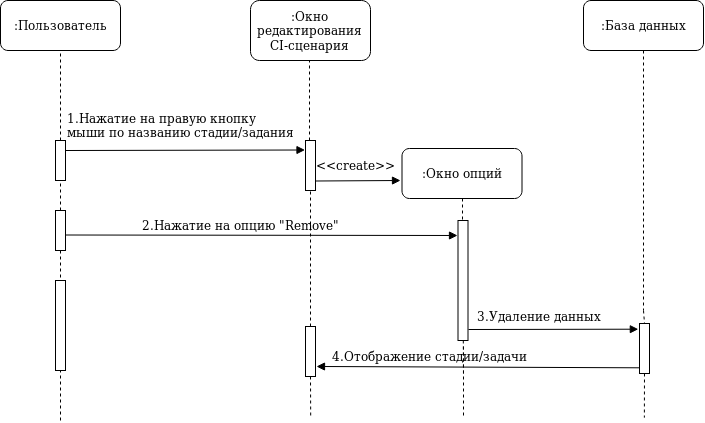
This is Diagrams/Sequence/Remove_stage_task.png from Andrew304/Visual-CI-Manager, a draw.io export, as it was before one commit. Source tidied: cells renumbered, new cells last; positions are measured from the earlier drawing's top-left corner, leaving out a move shared by most shapes. Source of this version:
```xml
<mxGraphModel>
  <root>
    <mxCell id="0" />
    <mxCell id="1" parent="0" />
    <mxCell id="2" value=":Пользователь" style="rounded=1;whiteSpace=wrap;html=1;" parent="1" vertex="1">
      <mxGeometry width="120" height="50" as="geometry" />
    </mxCell>
    <mxCell id="3" style="endArrow=none;dashed=1;html=1;entryX=0.5;entryY=1;entryDx=0;entryDy=0;exitX=0.5;exitY=0;exitDx=0;exitDy=0;" parent="1" edge="1" target="2">
      <mxGeometry relative="1" as="geometry">
        <mxPoint x="60" y="140" as="sourcePoint" />
      </mxGeometry>
    </mxCell>
    <mxCell id="4" value=":Окно редактирования CI-сценария" style="rounded=1;whiteSpace=wrap;html=1;" parent="1" vertex="1">
      <mxGeometry x="250" width="120" height="60" as="geometry" />
    </mxCell>
    <mxCell id="5" value=":База данных" style="rounded=1;whiteSpace=wrap;html=1;" parent="1" vertex="1">
      <mxGeometry x="583" width="120" height="50" as="geometry" />
    </mxCell>
    <mxCell id="6" style="rounded=0;whiteSpace=wrap;html=1;" parent="1" vertex="1">
      <mxGeometry x="305" y="140" width="10" height="50" as="geometry" />
    </mxCell>
    <mxCell id="7" style="endArrow=none;dashed=1;html=1;entryX=0.5;entryY=1;entryDx=0;entryDy=0;" parent="1" edge="1">
      <mxGeometry relative="1" as="geometry">
        <mxPoint x="309" y="140" as="sourcePoint" />
        <mxPoint x="309" y="60" as="targetPoint" />
      </mxGeometry>
    </mxCell>
    <mxCell id="8" style="endArrow=none;dashed=1;html=1;entryX=0.5;entryY=1;entryDx=0;entryDy=0;" parent="1" edge="1" source="34" target="22">
      <mxGeometry relative="1" as="geometry" />
    </mxCell>
    <mxCell id="9" style="rounded=0;whiteSpace=wrap;html=1;" parent="1" vertex="1">
      <mxGeometry x="55" y="140" width="10" height="40" as="geometry" />
    </mxCell>
    <mxCell id="10" style="endArrow=none;dashed=1;html=1;exitX=0.5;exitY=0;exitDx=0;exitDy=0;" parent="1" edge="1" source="9">
      <mxGeometry relative="1" as="geometry">
        <mxPoint x="60" y="140" as="targetPoint" />
      </mxGeometry>
    </mxCell>
    <mxCell id="11" style="endArrow=none;dashed=1;html=1;exitX=0.5;exitY=1;exitDx=0;exitDy=0;entryX=0.499;entryY=1.001;entryDx=0;entryDy=0;entryPerimeter=0;" parent="1" edge="1" source="15">
      <mxGeometry relative="1" as="geometry">
        <mxPoint x="310.2" y="416.2" as="targetPoint" />
      </mxGeometry>
    </mxCell>
    <mxCell id="12" style="endArrow=block;html=1;endFill=1;entryX=0.25;entryY=0;entryDx=0;entryDy=0;" parent="1" edge="1">
      <mxGeometry relative="1" as="geometry">
        <mxPoint x="65" y="150" as="sourcePoint" />
        <mxPoint x="304.5" y="149.5" as="targetPoint" />
      </mxGeometry>
    </mxCell>
    <mxCell id="13" value="&lt;div&gt;1.Нажатие на правую кнопку&lt;/div&gt;&lt;div&gt; мыши по названию стадии/задания &lt;br&gt;&lt;/div&gt;&lt;div&gt;&lt;br&gt;&lt;/div&gt;" style="text;html=1;align=left;verticalAlign=top;spacingTop=-4;" parent="1" vertex="1">
      <mxGeometry x="65" y="108" width="250" height="40" as="geometry" />
    </mxCell>
    <mxCell id="14" style="endArrow=none;dashed=1;html=1;exitX=0.5;exitY=1;exitDx=0;exitDy=0;" parent="1" edge="1" source="5">
      <mxGeometry relative="1" as="geometry">
        <mxPoint x="643" y="310" as="targetPoint" />
      </mxGeometry>
    </mxCell>
    <mxCell id="15" style="rounded=0;whiteSpace=wrap;html=1;" parent="1" vertex="1">
      <mxGeometry x="305" y="326" width="10" height="50" as="geometry" />
    </mxCell>
    <mxCell id="16" style="endArrow=none;dashed=1;html=1;exitX=0.5;exitY=1;exitDx=0;exitDy=0;entryX=0.5;entryY=0;entryDx=0;entryDy=0;" parent="1" edge="1" target="26">
      <mxGeometry relative="1" as="geometry">
        <mxPoint x="643" y="310" as="sourcePoint" />
      </mxGeometry>
    </mxCell>
    <mxCell id="17" style="endArrow=block;html=1;endFill=1;" parent="1" edge="1">
      <mxGeometry relative="1" as="geometry">
        <mxPoint x="315" y="180.5" as="sourcePoint" />
        <mxPoint x="400" y="180" as="targetPoint" />
      </mxGeometry>
    </mxCell>
    <mxCell id="18" value=":Окно опций " style="rounded=1;whiteSpace=wrap;html=1;" parent="1" vertex="1">
      <mxGeometry x="401.5" y="148" width="120" height="50" as="geometry" />
    </mxCell>
    <mxCell id="19" style="endArrow=none;dashed=1;html=1;" parent="1" edge="1" source="38">
      <mxGeometry relative="1" as="geometry">
        <mxPoint x="463" y="376" as="targetPoint" />
      </mxGeometry>
    </mxCell>
    <mxCell id="20" style="endArrow=none;dashed=1;html=1;entryX=0.5;entryY=0;entryDx=0;entryDy=0;" parent="1" edge="1">
      <mxGeometry relative="1" as="geometry">
        <mxPoint x="462" y="198" as="sourcePoint" />
        <mxPoint x="462" y="220" as="targetPoint" />
      </mxGeometry>
    </mxCell>
    <mxCell id="21" value="&amp;lt;&amp;lt;create&amp;gt;&amp;gt;" style="text;html=1;align=left;verticalAlign=top;spacingTop=-4;" parent="1" vertex="1">
      <mxGeometry x="314" y="155" width="100" height="20" as="geometry" />
    </mxCell>
    <mxCell id="22" style="rounded=0;whiteSpace=wrap;html=1;" parent="1" vertex="1">
      <mxGeometry x="55" y="210" width="10" height="40" as="geometry" />
    </mxCell>
    <mxCell id="23" style="endArrow=block;html=1;endFill=1;entryX=0;entryY=0.5;entryDx=0;entryDy=0;" parent="1" edge="1">
      <mxGeometry relative="1" as="geometry">
        <mxPoint x="65.5" y="234.5" as="sourcePoint" />
        <mxPoint x="457" y="235" as="targetPoint" />
      </mxGeometry>
    </mxCell>
    <mxCell id="24" value="2.Нажатие на опцию &quot;Remove&quot;" style="text;html=1;points=[];align=left;verticalAlign=top;spacingTop=-4;" parent="1" vertex="1">
      <mxGeometry x="140" y="215" width="220" height="20" as="geometry" />
    </mxCell>
    <mxCell id="25" style="endArrow=none;dashed=1;html=1;entryX=0.5;entryY=1;entryDx=0;entryDy=0;exitX=0.5;exitY=0;exitDx=0;exitDy=0;" parent="1" edge="1" source="15">
      <mxGeometry relative="1" as="geometry">
        <mxPoint x="310" y="191" as="targetPoint" />
      </mxGeometry>
    </mxCell>
    <mxCell id="26" style="rounded=0;whiteSpace=wrap;html=1;" parent="1" vertex="1">
      <mxGeometry x="639" y="323" width="10" height="50" as="geometry" />
    </mxCell>
    <mxCell id="27" style="endArrow=none;dashed=1;html=1;exitX=0.5;exitY=1;exitDx=0;exitDy=0;entryX=0.939;entryY=1.005;entryDx=0;entryDy=0;entryPerimeter=0;" parent="1" edge="1" source="26">
      <mxGeometry relative="1" as="geometry">
        <mxPoint x="643.9" y="417.2" as="targetPoint" />
      </mxGeometry>
    </mxCell>
    <mxCell id="28" style="endArrow=block;html=1;endFill=1;entryX=0.033;entryY=0.114;entryDx=0;entryDy=0;entryPerimeter=0;" parent="1" edge="1">
      <mxGeometry relative="1" as="geometry">
        <mxPoint x="468" y="329" as="sourcePoint" />
        <mxPoint x="637.8" y="328.7" as="targetPoint" />
      </mxGeometry>
    </mxCell>
    <mxCell id="29" value="&lt;div&gt;3.Удаление данных&lt;/div&gt;" style="text;html=1;align=left;verticalAlign=top;spacingTop=-4;" parent="1" vertex="1">
      <mxGeometry x="474.5" y="306" width="140" height="20" as="geometry" />
    </mxCell>
    <mxCell id="30" style="endArrow=block;html=1;endFill=1;exitX=0.019;exitY=0.886;exitDx=0;exitDy=0;exitPerimeter=0;" parent="1" edge="1" source="26">
      <mxGeometry relative="1" as="geometry">
        <mxPoint x="316" y="366" as="targetPoint" />
      </mxGeometry>
    </mxCell>
    <mxCell id="31" value="4.Отображение стадии/задачи" style="text;html=1;align=left;verticalAlign=top;spacingTop=-4;" parent="1" vertex="1">
      <mxGeometry x="330" y="346" width="220" height="20" as="geometry" />
    </mxCell>
    <mxCell id="32" style="endArrow=none;dashed=1;html=1;" parent="1" edge="1">
      <mxGeometry relative="1" as="geometry">
        <mxPoint x="463" y="346" as="sourcePoint" />
        <mxPoint x="463" y="416" as="targetPoint" />
      </mxGeometry>
    </mxCell>
    <mxCell id="33" style="endArrow=none;dashed=1;html=1;entryX=0.5;entryY=1;entryDx=0;entryDy=0;" parent="1" edge="1">
      <mxGeometry relative="1" as="geometry">
        <mxPoint x="60" y="210" as="sourcePoint" />
        <mxPoint x="60" y="180" as="targetPoint" />
      </mxGeometry>
    </mxCell>
    <mxCell id="34" style="rounded=0;whiteSpace=wrap;html=1;" parent="1" vertex="1">
      <mxGeometry x="55" y="289" width="10" height="40" as="geometry" />
    </mxCell>
    <mxCell id="35" style="endArrow=none;dashed=1;html=1;entryX=0.5;entryY=1;entryDx=0;entryDy=0;" parent="1" edge="1" source="36" target="34">
      <mxGeometry relative="1" as="geometry" />
    </mxCell>
    <mxCell id="36" style="rounded=0;whiteSpace=wrap;html=1;" parent="1" vertex="1">
      <mxGeometry x="55" y="280" width="10" height="90" as="geometry" />
    </mxCell>
    <mxCell id="37" style="endArrow=none;dashed=1;html=1;entryX=0.5;entryY=1;entryDx=0;entryDy=0;" parent="1" edge="1" target="36">
      <mxGeometry relative="1" as="geometry">
        <mxPoint x="60" y="420" as="sourcePoint" />
      </mxGeometry>
    </mxCell>
    <mxCell id="38" style="rounded=0;whiteSpace=wrap;html=1;" parent="1" vertex="1">
      <mxGeometry x="457.5" y="220" width="10" height="120" as="geometry" />
    </mxCell>
  </root>
</mxGraphModel>
```
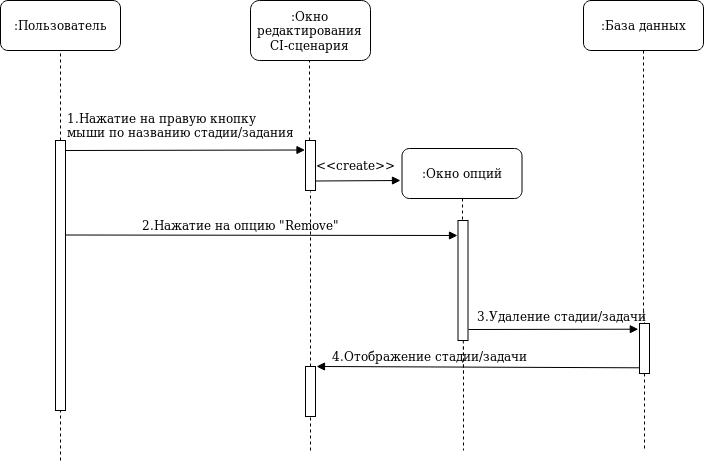
Above is the later version.

Diff of the diagram source:
```diff
@@ -25,137 +25,123 @@
         <mxPoint x="309" y="60" as="targetPoint" />
       </mxGeometry>
     </mxCell>
-    <mxCell id="8" style="endArrow=none;dashed=1;html=1;entryX=0.5;entryY=1;entryDx=0;entryDy=0;" parent="1" edge="1" source="34" target="22">
-      <mxGeometry relative="1" as="geometry" />
+    <mxCell id="8" style="rounded=0;whiteSpace=wrap;html=1;" parent="1" vertex="1">
+      <mxGeometry x="55" y="140" width="10" height="270" as="geometry" />
     </mxCell>
-    <mxCell id="9" style="rounded=0;whiteSpace=wrap;html=1;" parent="1" vertex="1">
-      <mxGeometry x="55" y="140" width="10" height="40" as="geometry" />
+    <mxCell id="9" style="endArrow=none;dashed=1;html=1;exitX=0.5;exitY=0;exitDx=0;exitDy=0;" parent="1" edge="1" source="8">
+      <mxGeometry relative="1" as="geometry">
+        <mxPoint x="60" y="140" as="targetPoint" />
+      </mxGeometry>
     </mxCell>
-    <mxCell id="10" style="endArrow=none;dashed=1;html=1;exitX=0.5;exitY=0;exitDx=0;exitDy=0;" parent="1" edge="1" source="9">
+    <mxCell id="10" style="endArrow=none;dashed=1;html=1;exitX=0.5;exitY=1;exitDx=0;exitDy=0;entryX=0.499;entryY=1.001;entryDx=0;entryDy=0;entryPerimeter=0;" parent="1" edge="1" source="14">
       <mxGeometry relative="1" as="geometry">
-        <mxPoint x="60" y="140" as="targetPoint" />
+        <mxPoint x="310.2" y="416.2" as="targetPoint" />
       </mxGeometry>
     </mxCell>
-    <mxCell id="11" style="endArrow=none;dashed=1;html=1;exitX=0.5;exitY=1;exitDx=0;exitDy=0;entryX=0.499;entryY=1.001;entryDx=0;entryDy=0;entryPerimeter=0;" parent="1" edge="1" source="15">
+    <mxCell id="11" style="endArrow=block;html=1;endFill=1;entryX=0.25;entryY=0;entryDx=0;entryDy=0;" parent="1" edge="1">
       <mxGeometry relative="1" as="geometry">
-        <mxPoint x="310.2" y="416.2" as="targetPoint" />
+        <mxPoint x="65" y="150" as="sourcePoint" />
+        <mxPoint x="304.5" y="149.5" as="targetPoint" />
       </mxGeometry>
     </mxCell>
-    <mxCell id="12" style="endArrow=block;html=1;endFill=1;entryX=0.25;entryY=0;entryDx=0;entryDy=0;" parent="1" edge="1">
-      <mxGeometry relative="1" as="geometry">
-        <mxPoint x="65" y="150" as="sourcePoint" />
-        <mxPoint x="304.5" y="149.5" as="targetPoint" />
-      </mxGeometry>
+    <mxCell id="12" value="&lt;div&gt;1.Нажатие на правую кнопку&lt;/div&gt;&lt;div&gt; мыши по названию стадии/задания &lt;br&gt;&lt;/div&gt;&lt;div&gt;&lt;br&gt;&lt;/div&gt;" style="text;html=1;align=left;verticalAlign=top;spacingTop=-4;" parent="1" vertex="1">
+      <mxGeometry x="65" y="108" width="250" height="40" as="geometry" />
     </mxCell>
-    <mxCell id="13" value="&lt;div&gt;1.Нажатие на правую кнопку&lt;/div&gt;&lt;div&gt; мыши по названию стадии/задания &lt;br&gt;&lt;/div&gt;&lt;div&gt;&lt;br&gt;&lt;/div&gt;" style="text;html=1;align=left;verticalAlign=top;spacingTop=-4;" parent="1" vertex="1">
-      <mxGeometry x="65" y="108" width="250" height="40" as="geometry" />
+    <mxCell id="13" style="endArrow=none;dashed=1;html=1;exitX=0.5;exitY=1;exitDx=0;exitDy=0;" parent="1" edge="1" source="5">
+      <mxGeometry relative="1" as="geometry">
+        <mxPoint x="643" y="310" as="targetPoint" />
+      </mxGeometry>
     </mxCell>
-    <mxCell id="14" style="endArrow=none;dashed=1;html=1;exitX=0.5;exitY=1;exitDx=0;exitDy=0;" parent="1" edge="1" source="5">
-      <mxGeometry relative="1" as="geometry">
-        <mxPoint x="643" y="310" as="targetPoint" />
-      </mxGeometry>
+    <mxCell id="14" style="rounded=0;whiteSpace=wrap;html=1;" parent="1" vertex="1">
+      <mxGeometry x="305" y="366" width="10" height="50" as="geometry" />
     </mxCell>
-    <mxCell id="15" style="rounded=0;whiteSpace=wrap;html=1;" parent="1" vertex="1">
-      <mxGeometry x="305" y="326" width="10" height="50" as="geometry" />
+    <mxCell id="15" style="endArrow=none;dashed=1;html=1;exitX=0.5;exitY=1;exitDx=0;exitDy=0;entryX=0.5;entryY=0;entryDx=0;entryDy=0;" parent="1" edge="1" target="24">
+      <mxGeometry relative="1" as="geometry">
+        <mxPoint x="643" y="310" as="sourcePoint" />
+      </mxGeometry>
     </mxCell>
-    <mxCell id="16" style="endArrow=none;dashed=1;html=1;exitX=0.5;exitY=1;exitDx=0;exitDy=0;entryX=0.5;entryY=0;entryDx=0;entryDy=0;" parent="1" edge="1" target="26">
+    <mxCell id="16" style="endArrow=block;html=1;endFill=1;" parent="1" edge="1">
       <mxGeometry relative="1" as="geometry">
-        <mxPoint x="643" y="310" as="sourcePoint" />
+        <mxPoint x="315" y="180.5" as="sourcePoint" />
+        <mxPoint x="400" y="180" as="targetPoint" />
       </mxGeometry>
     </mxCell>
-    <mxCell id="17" style="endArrow=block;html=1;endFill=1;" parent="1" edge="1">
-      <mxGeometry relative="1" as="geometry">
-        <mxPoint x="315" y="180.5" as="sourcePoint" />
-        <mxPoint x="400" y="180" as="targetPoint" />
-      </mxGeometry>
+    <mxCell id="17" value=":Окно опций " style="rounded=1;whiteSpace=wrap;html=1;" parent="1" vertex="1">
+      <mxGeometry x="401.5" y="148" width="120" height="50" as="geometry" />
     </mxCell>
-    <mxCell id="18" value=":Окно опций " style="rounded=1;whiteSpace=wrap;html=1;" parent="1" vertex="1">
-      <mxGeometry x="401.5" y="148" width="120" height="50" as="geometry" />
+    <mxCell id="18" style="endArrow=none;dashed=1;html=1;" parent="1" edge="1" source="32">
+      <mxGeometry relative="1" as="geometry">
+        <mxPoint x="463" y="376" as="targetPoint" />
+      </mxGeometry>
     </mxCell>
-    <mxCell id="19" style="endArrow=none;dashed=1;html=1;" parent="1" edge="1" source="38">
+    <mxCell id="19" style="endArrow=none;dashed=1;html=1;entryX=0.5;entryY=0;entryDx=0;entryDy=0;" parent="1" edge="1">
       <mxGeometry relative="1" as="geometry">
-        <mxPoint x="463" y="376" as="targetPoint" />
+        <mxPoint x="462" y="198" as="sourcePoint" />
+        <mxPoint x="462" y="220" as="targetPoint" />
       </mxGeometry>
     </mxCell>
-    <mxCell id="20" style="endArrow=none;dashed=1;html=1;entryX=0.5;entryY=0;entryDx=0;entryDy=0;" parent="1" edge="1">
-      <mxGeometry relative="1" as="geometry">
-        <mxPoint x="462" y="198" as="sourcePoint" />
-        <mxPoint x="462" y="220" as="targetPoint" />
-      </mxGeometry>
+    <mxCell id="20" value="&amp;lt;&amp;lt;create&amp;gt;&amp;gt;" style="text;html=1;align=left;verticalAlign=top;spacingTop=-4;" parent="1" vertex="1">
+      <mxGeometry x="314" y="155" width="100" height="20" as="geometry" />
     </mxCell>
-    <mxCell id="21" value="&amp;lt;&amp;lt;create&amp;gt;&amp;gt;" style="text;html=1;align=left;verticalAlign=top;spacingTop=-4;" parent="1" vertex="1">
-      <mxGeometry x="314" y="155" width="100" height="20" as="geometry" />
+    <mxCell id="21" style="endArrow=block;html=1;endFill=1;entryX=0;entryY=0.5;entryDx=0;entryDy=0;" parent="1" edge="1">
+      <mxGeometry relative="1" as="geometry">
+        <mxPoint x="65.5" y="234.5" as="sourcePoint" />
+        <mxPoint x="457" y="235" as="targetPoint" />
+      </mxGeometry>
     </mxCell>
-    <mxCell id="22" style="rounded=0;whiteSpace=wrap;html=1;" parent="1" vertex="1">
-      <mxGeometry x="55" y="210" width="10" height="40" as="geometry" />
+    <mxCell id="22" value="2.Нажатие на опцию &quot;Remove&quot;" style="text;html=1;points=[];align=left;verticalAlign=top;spacingTop=-4;" parent="1" vertex="1">
+      <mxGeometry x="140" y="215" width="220" height="20" as="geometry" />
     </mxCell>
-    <mxCell id="23" style="endArrow=block;html=1;endFill=1;entryX=0;entryY=0.5;entryDx=0;entryDy=0;" parent="1" edge="1">
+    <mxCell id="23" style="endArrow=none;dashed=1;html=1;entryX=0.5;entryY=1;entryDx=0;entryDy=0;exitX=0.5;exitY=0;exitDx=0;exitDy=0;" parent="1" edge="1" source="14">
       <mxGeometry relative="1" as="geometry">
-        <mxPoint x="65.5" y="234.5" as="sourcePoint" />
-        <mxPoint x="457" y="235" as="targetPoint" />
+        <mxPoint x="310" y="191" as="targetPoint" />
       </mxGeometry>
     </mxCell>
-    <mxCell id="24" value="2.Нажатие на опцию &quot;Remove&quot;" style="text;html=1;points=[];align=left;verticalAlign=top;spacingTop=-4;" parent="1" vertex="1">
-      <mxGeometry x="140" y="215" width="220" height="20" as="geometry" />
+    <mxCell id="24" style="rounded=0;whiteSpace=wrap;html=1;" parent="1" vertex="1">
+      <mxGeometry x="639" y="323" width="10" height="50" as="geometry" />
     </mxCell>
-    <mxCell id="25" style="endArrow=none;dashed=1;html=1;entryX=0.5;entryY=1;entryDx=0;entryDy=0;exitX=0.5;exitY=0;exitDx=0;exitDy=0;" parent="1" edge="1" source="15">
+    <mxCell id="25" style="endArrow=none;dashed=1;html=1;exitX=0.5;exitY=1;exitDx=0;exitDy=0;" parent="1" edge="1" source="24">
       <mxGeometry relative="1" as="geometry">
-        <mxPoint x="310" y="191" as="targetPoint" />
+        <mxPoint x="644" y="450" as="targetPoint" />
       </mxGeometry>
     </mxCell>
-    <mxCell id="26" style="rounded=0;whiteSpace=wrap;html=1;" parent="1" vertex="1">
-      <mxGeometry x="639" y="323" width="10" height="50" as="geometry" />
+    <mxCell id="26" style="endArrow=block;html=1;endFill=1;entryX=0.033;entryY=0.114;entryDx=0;entryDy=0;entryPerimeter=0;" parent="1" edge="1">
+      <mxGeometry relative="1" as="geometry">
+        <mxPoint x="468" y="329" as="sourcePoint" />
+        <mxPoint x="637.8" y="328.7" as="targetPoint" />
+      </mxGeometry>
     </mxCell>
-    <mxCell id="27" style="endArrow=none;dashed=1;html=1;exitX=0.5;exitY=1;exitDx=0;exitDy=0;entryX=0.939;entryY=1.005;entryDx=0;entryDy=0;entryPerimeter=0;" parent="1" edge="1" source="26">
-      <mxGeometry relative="1" as="geometry">
-        <mxPoint x="643.9" y="417.2" as="targetPoint" />
-      </mxGeometry>
+    <mxCell id="27" value="&lt;div&gt;3.Удаление стадии/задачи&lt;br&gt;&lt;/div&gt;" style="text;html=1;align=left;verticalAlign=top;spacingTop=-4;" parent="1" vertex="1">
+      <mxGeometry x="474.5" y="306" width="180" height="20" as="geometry" />
     </mxCell>
-    <mxCell id="28" style="endArrow=block;html=1;endFill=1;entryX=0.033;entryY=0.114;entryDx=0;entryDy=0;entryPerimeter=0;" parent="1" edge="1">
+    <mxCell id="28" style="endArrow=block;html=1;endFill=1;exitX=0.019;exitY=0.886;exitDx=0;exitDy=0;exitPerimeter=0;" parent="1" edge="1" source="24">
       <mxGeometry relative="1" as="geometry">
-        <mxPoint x="468" y="329" as="sourcePoint" />
-        <mxPoint x="637.8" y="328.7" as="targetPoint" />
+        <mxPoint x="316" y="366" as="targetPoint" />
       </mxGeometry>
     </mxCell>
-    <mxCell id="29" value="&lt;div&gt;3.Удаление данных&lt;/div&gt;" style="text;html=1;align=left;verticalAlign=top;spacingTop=-4;" parent="1" vertex="1">
-      <mxGeometry x="474.5" y="306" width="140" height="20" as="geometry" />
+    <mxCell id="29" value="4.Отображение стадии/задачи" style="text;html=1;align=left;verticalAlign=top;spacingTop=-4;" parent="1" vertex="1">
+      <mxGeometry x="330" y="346" width="220" height="20" as="geometry" />
     </mxCell>
-    <mxCell id="30" style="endArrow=block;html=1;endFill=1;exitX=0.019;exitY=0.886;exitDx=0;exitDy=0;exitPerimeter=0;" parent="1" edge="1" source="26">
+    <mxCell id="30" style="endArrow=none;dashed=1;html=1;" parent="1" edge="1">
       <mxGeometry relative="1" as="geometry">
-        <mxPoint x="316" y="366" as="targetPoint" />
+        <mxPoint x="463" y="346" as="sourcePoint" />
+        <mxPoint x="463" y="450" as="targetPoint" />
       </mxGeometry>
     </mxCell>
-    <mxCell id="31" value="4.Отображение стадии/задачи" style="text;html=1;align=left;verticalAlign=top;spacingTop=-4;" parent="1" vertex="1">
-      <mxGeometry x="330" y="346" width="220" height="20" as="geometry" />
+    <mxCell id="31" style="endArrow=none;dashed=1;html=1;entryX=0.5;entryY=1;entryDx=0;entryDy=0;" parent="1" edge="1">
+      <mxGeometry relative="1" as="geometry">
+        <mxPoint x="60" y="460" as="sourcePoint" />
+        <mxPoint x="60" y="410" as="targetPoint" />
+      </mxGeometry>
     </mxCell>
-    <mxCell id="32" style="endArrow=none;dashed=1;html=1;" parent="1" edge="1">
-      <mxGeometry relative="1" as="geometry">
-        <mxPoint x="463" y="346" as="sourcePoint" />
-        <mxPoint x="463" y="416" as="targetPoint" />
-      </mxGeometry>
+    <mxCell id="32" style="rounded=0;whiteSpace=wrap;html=1;" parent="1" vertex="1">
+      <mxGeometry x="457.5" y="220" width="10" height="120" as="geometry" />
     </mxCell>
     <mxCell id="33" style="endArrow=none;dashed=1;html=1;entryX=0.5;entryY=1;entryDx=0;entryDy=0;" parent="1" edge="1">
       <mxGeometry relative="1" as="geometry">
-        <mxPoint x="60" y="210" as="sourcePoint" />
-        <mxPoint x="60" y="180" as="targetPoint" />
+        <mxPoint x="310" y="450" as="sourcePoint" />
+        <mxPoint x="310" y="416" as="targetPoint" />
       </mxGeometry>
     </mxCell>
-    <mxCell id="34" style="rounded=0;whiteSpace=wrap;html=1;" parent="1" vertex="1">
-      <mxGeometry x="55" y="289" width="10" height="40" as="geometry" />
-    </mxCell>
-    <mxCell id="35" style="endArrow=none;dashed=1;html=1;entryX=0.5;entryY=1;entryDx=0;entryDy=0;" parent="1" edge="1" source="36" target="34">
-      <mxGeometry relative="1" as="geometry" />
-    </mxCell>
-    <mxCell id="36" style="rounded=0;whiteSpace=wrap;html=1;" parent="1" vertex="1">
-      <mxGeometry x="55" y="280" width="10" height="90" as="geometry" />
-    </mxCell>
-    <mxCell id="37" style="endArrow=none;dashed=1;html=1;entryX=0.5;entryY=1;entryDx=0;entryDy=0;" parent="1" edge="1" target="36">
-      <mxGeometry relative="1" as="geometry">
-        <mxPoint x="60" y="420" as="sourcePoint" />
-      </mxGeometry>
-    </mxCell>
-    <mxCell id="38" style="rounded=0;whiteSpace=wrap;html=1;" parent="1" vertex="1">
-      <mxGeometry x="457.5" y="220" width="10" height="120" as="geometry" />
-    </mxCell>
   </root>
 </mxGraphModel>
```
